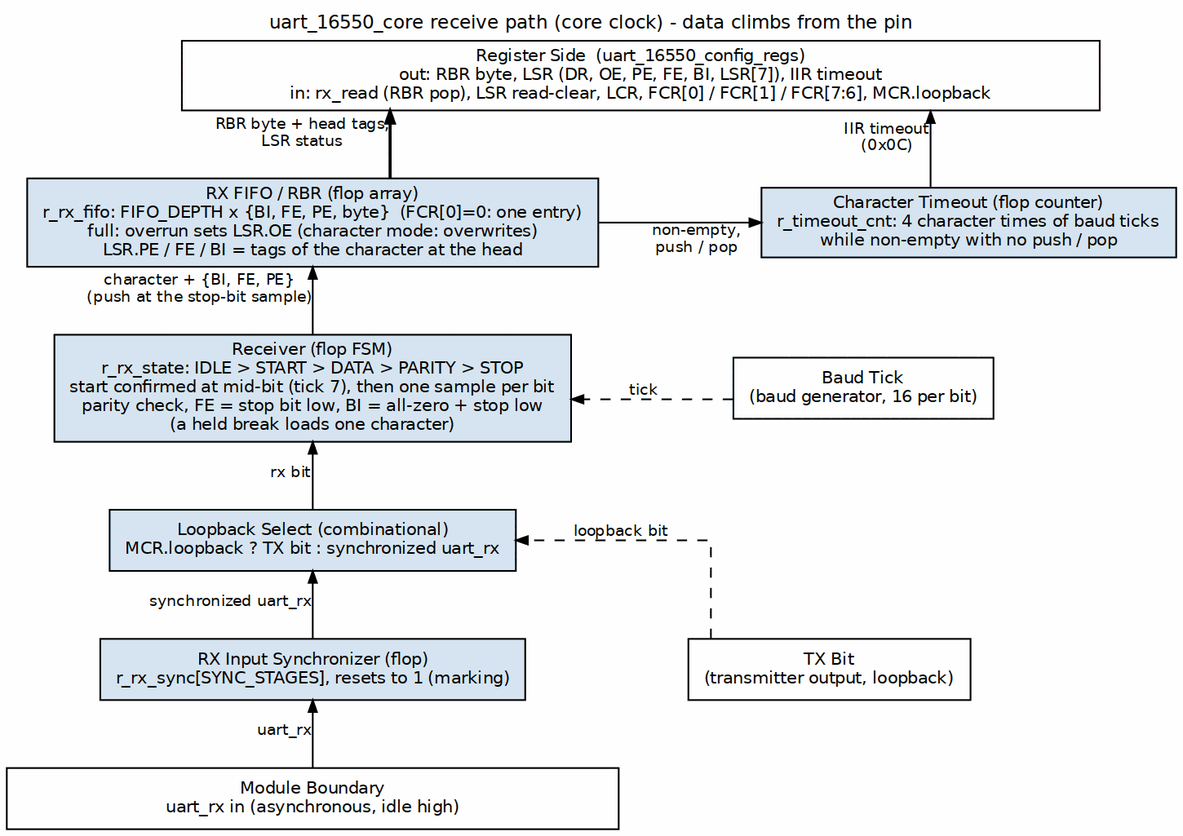
Before: projects/components/legacy-ip/retro_legacy_blocks/docs/uart_16550_mas/assets/graphviz/uart_rx_engine.png, a diagram exported from Graphviz (sean-galloway/RTLDesignSherpa). Its source is kept beside it as projects/components/legacy-ip/retro_legacy_blocks/docs/uart_16550_mas/assets/graphviz/uart_rx_engine.dot. Source of this version:
```dot
digraph uart_rx_engine {
    graph [rankdir=TB, bgcolor="white", fontname="Helvetica", fontsize=11,
           nodesep="0.45", ranksep="0.55", splines=ortho, newrank=true,
           label="uart_16550_core receive path (core clock) - data climbs from the pin", labelloc=t, labeljust=c];
    node  [fontname="Helvetica", fontsize=10, shape=box, style=filled,
           fillcolor="#D6E4F0", color="black", margin="0.12,0.06"];
    edge  [fontname="Helvetica", fontsize=9, color="black", arrowsize=0.7];
    port [label="Register Side  (uart_16550_config_regs)\nout: RBR byte, LSR (DR, OE, PE, FE, BI, LSR[7]), IIR timeout\nin: rx_read (RBR pop), LSR read-clear, LCR, FCR[0] / FCR[1] / FCR[7:6], MCR.loopback", fillcolor="white", width=7.5];

    rxf [group=C, label="RX FIFO / RBR (flop array)\nr_rx_fifo: FIFO_DEPTH x {BI, FE, PE, byte}  (FCR[0]=0: one entry)\nfull: overrun sets LSR.OE (character mode: overwrites)\nLSR.PE / FE / BI = tags of the character at the head"];
    tmo [group=R, label="Character Timeout (flop counter)\nr_timeout_cnt: 4 character times of baud ticks\nwhile non-empty with no push / pop"];
    fsm [group=C, label="Receiver (flop FSM)\nr_rx_state: IDLE > START > DATA > PARITY > STOP\nstart confirmed at mid-bit (tick 7), then one sample per bit\nparity check, FE = stop bit low, BI = all-zero + stop low\n(a held break loads one character)"];
    tick [label="Baud Tick\n(baud generator, 16 per bit)", fillcolor="white"];
    sel [group=C, label="Loopback Select (combinational)\nMCR.loopback ? TX bit : synchronized uart_rx"];
    lb  [label="TX Bit\n(transmitter output, loopback)", fillcolor="white"];
    syn [group=C, label="RX Input Synchronizer (flop)\nr_rx_sync[SYNC_STAGES], resets to 1 (marking)"];

    bar [group=C, label="Module Boundary\nuart_rx in (asynchronous, idle high)", fillcolor="white", width=5.0];

    port -> rxf [dir=back, penwidth=1.8, xlabel="RBR byte + head tags,\nLSR status"];
    rxf  -> fsm [dir=back, xlabel="character + {BI, FE, PE}\n(push at the stop-bit sample)"];
    fsm  -> sel [dir=back, xlabel="rx bit"];
    sel  -> syn [dir=back, xlabel="synchronized uart_rx"];
    syn  -> bar [dir=back, xlabel="uart_rx"];

    port -> tmo [dir=back, xlabel="IIR timeout\n(0x0C)"];
    tick -> fsm [style=dashed, xlabel="tick"];
    lb   -> sel [style=dashed, xlabel="loopback bit"];

    { rank=same; rxf; tmo; }
    rxf -> tmo [minlen=3, xlabel="non-empty,\npush / pop"];
    { rank=same; fsm; tick; }
    fsm -> tick [style=invis, minlen=3];
    { rank=same; syn; lb; }
    syn -> lb [style=invis, minlen=3];
}
```
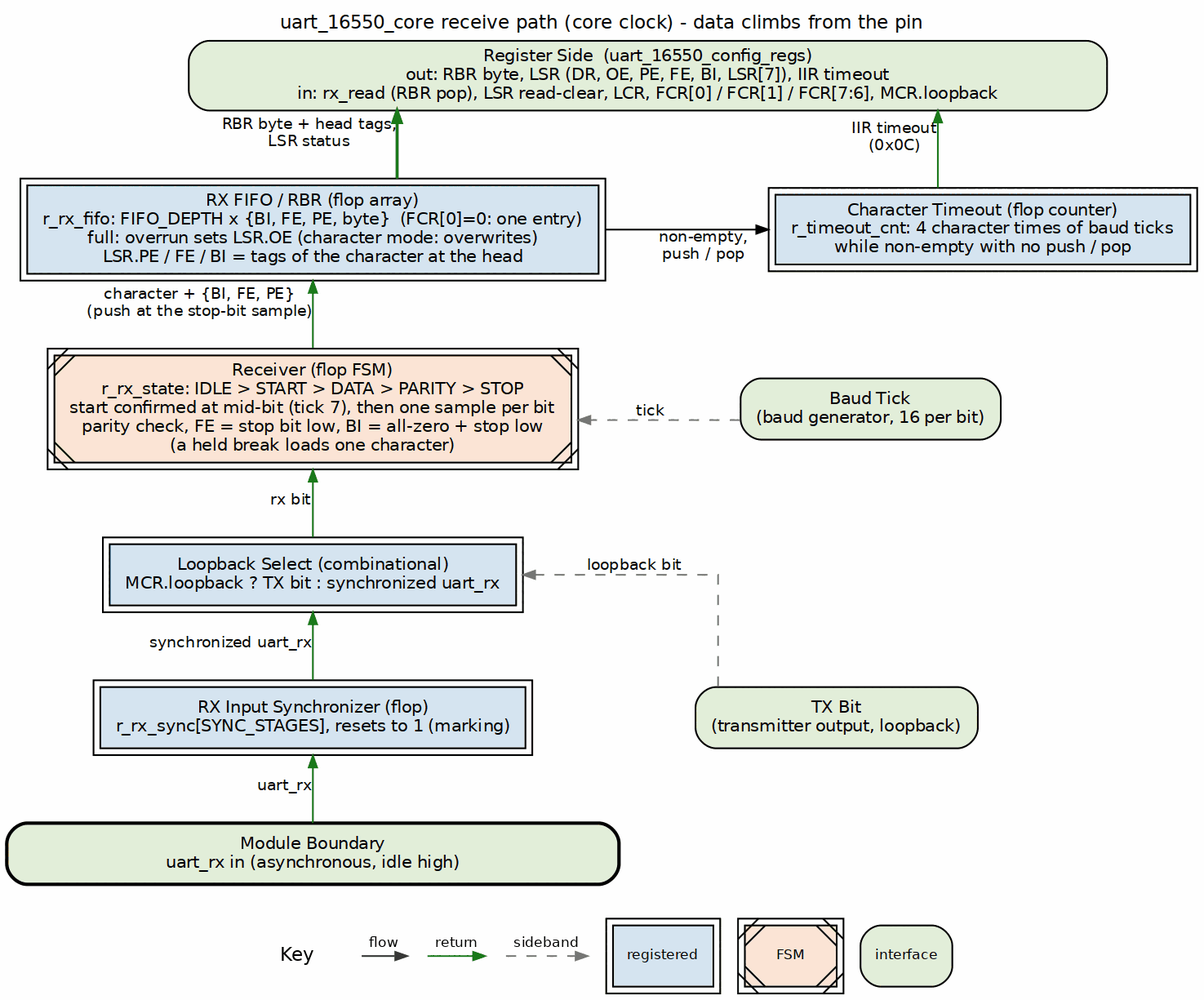
After the commit.

Diff of the diagram source:
```diff
@@ -3,29 +3,29 @@
            nodesep="0.45", ranksep="0.55", splines=ortho, newrank=true,
            label="uart_16550_core receive path (core clock) - data climbs from the pin", labelloc=t, labeljust=c];
     node  [fontname="Helvetica", fontsize=10, shape=box, style=filled,
-           fillcolor="#D6E4F0", color="black", margin="0.12,0.06"];
+           fillcolor="white", color="black", margin="0.12,0.06"];
     edge  [fontname="Helvetica", fontsize=9, color="black", arrowsize=0.7];
-    port [label="Register Side  (uart_16550_config_regs)\nout: RBR byte, LSR (DR, OE, PE, FE, BI, LSR[7]), IIR timeout\nin: rx_read (RBR pop), LSR read-clear, LCR, FCR[0] / FCR[1] / FCR[7:6], MCR.loopback", fillcolor="white", width=7.5];
+    port [label="Register Side  (uart_16550_config_regs)\nout: RBR byte, LSR (DR, OE, PE, FE, BI, LSR[7]), IIR timeout\nin: rx_read (RBR pop), LSR read-clear, LCR, FCR[0] / FCR[1] / FCR[7:6], MCR.loopback", fillcolor="white", width=7.5, style="rounded,filled", fillcolor="#E2EFDA"];
 
-    rxf [group=C, label="RX FIFO / RBR (flop array)\nr_rx_fifo: FIFO_DEPTH x {BI, FE, PE, byte}  (FCR[0]=0: one entry)\nfull: overrun sets LSR.OE (character mode: overwrites)\nLSR.PE / FE / BI = tags of the character at the head"];
-    tmo [group=R, label="Character Timeout (flop counter)\nr_timeout_cnt: 4 character times of baud ticks\nwhile non-empty with no push / pop"];
-    fsm [group=C, label="Receiver (flop FSM)\nr_rx_state: IDLE > START > DATA > PARITY > STOP\nstart confirmed at mid-bit (tick 7), then one sample per bit\nparity check, FE = stop bit low, BI = all-zero + stop low\n(a held break loads one character)"];
-    tick [label="Baud Tick\n(baud generator, 16 per bit)", fillcolor="white"];
-    sel [group=C, label="Loopback Select (combinational)\nMCR.loopback ? TX bit : synchronized uart_rx"];
-    lb  [label="TX Bit\n(transmitter output, loopback)", fillcolor="white"];
-    syn [group=C, label="RX Input Synchronizer (flop)\nr_rx_sync[SYNC_STAGES], resets to 1 (marking)"];
+    rxf [group=C, label="RX FIFO / RBR (flop array)\nr_rx_fifo: FIFO_DEPTH x {BI, FE, PE, byte}  (FCR[0]=0: one entry)\nfull: overrun sets LSR.OE (character mode: overwrites)\nLSR.PE / FE / BI = tags of the character at the head", peripheries=2, style="filled", fillcolor="#D6E4F0"];
+    tmo [group=R, label="Character Timeout (flop counter)\nr_timeout_cnt: 4 character times of baud ticks\nwhile non-empty with no push / pop", peripheries=2, style="filled", fillcolor="#D6E4F0"];
+    fsm [group=C, label="Receiver (flop FSM)\nr_rx_state: IDLE > START > DATA > PARITY > STOP\nstart confirmed at mid-bit (tick 7), then one sample per bit\nparity check, FE = stop bit low, BI = all-zero + stop low\n(a held break loads one character)", peripheries=2, style="filled,diagonals", fillcolor="#FCE4D6"];
+    tick [label="Baud Tick\n(baud generator, 16 per bit)", fillcolor="white", style="rounded,filled", fillcolor="#E2EFDA"];
+    sel [group=C, label="Loopback Select (combinational)\nMCR.loopback ? TX bit : synchronized uart_rx", peripheries=2, style="filled", fillcolor="#D6E4F0"];
+    lb  [label="TX Bit\n(transmitter output, loopback)", fillcolor="white", style="rounded,filled", fillcolor="#E2EFDA"];
+    syn [group=C, label="RX Input Synchronizer (flop)\nr_rx_sync[SYNC_STAGES], resets to 1 (marking)", peripheries=2, style="filled", fillcolor="#D6E4F0"];
 
-    bar [group=C, label="Module Boundary\nuart_rx in (asynchronous, idle high)", fillcolor="white", width=5.0];
+    bar [group=C, label="Module Boundary\nuart_rx in (asynchronous, idle high)", fillcolor="white", width=5.0, style="rounded,filled,bold", fillcolor="#E2EFDA"];
 
-    port -> rxf [dir=back, penwidth=1.8, xlabel="RBR byte + head tags,\nLSR status"];
-    rxf  -> fsm [dir=back, xlabel="character + {BI, FE, PE}\n(push at the stop-bit sample)"];
-    fsm  -> sel [dir=back, xlabel="rx bit"];
-    sel  -> syn [dir=back, xlabel="synchronized uart_rx"];
-    syn  -> bar [dir=back, xlabel="uart_rx"];
+    port -> rxf [color="#1A7A1A", dir=back, penwidth=1.8, xlabel="RBR byte + head tags,\nLSR status"];
+    rxf  -> fsm [color="#1A7A1A", dir=back, xlabel="character + {BI, FE, PE}\n(push at the stop-bit sample)"];
+    fsm  -> sel [color="#1A7A1A", dir=back, xlabel="rx bit"];
+    sel  -> syn [color="#1A7A1A", dir=back, xlabel="synchronized uart_rx"];
+    syn  -> bar [color="#1A7A1A", dir=back, xlabel="uart_rx"];
 
-    port -> tmo [dir=back, xlabel="IIR timeout\n(0x0C)"];
-    tick -> fsm [style=dashed, xlabel="tick"];
-    lb   -> sel [style=dashed, xlabel="loopback bit"];
+    port -> tmo [color="#1A7A1A", dir=back, xlabel="IIR timeout\n(0x0C)"];
+    tick -> fsm [style=dashed, color="#777777", xlabel="tick"];
+    lb   -> sel [style=dashed, color="#777777", xlabel="loopback bit"];
 
     { rank=same; rxf; tmo; }
     rxf -> tmo [minlen=3, xlabel="non-empty,\npush / pop"];
```
